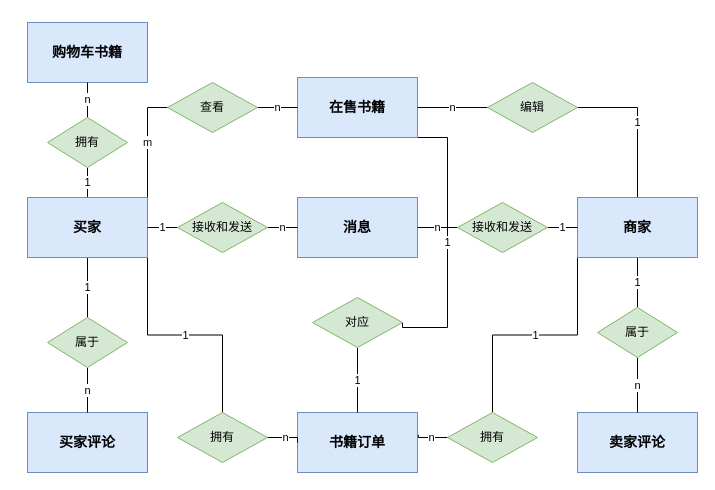
This is ER图.drawio from Nala-YN/DatabaseWebApp, a draw.io file, before an edit. Source tidied: cells renumbered, new cells numbered last; positions are measured from the earlier drawing's top-left corner, leaving out a move shared by most shapes. Both pictures are drawn from the tidied source at 100%, with x=0, y=0 at pixel (27, 22).
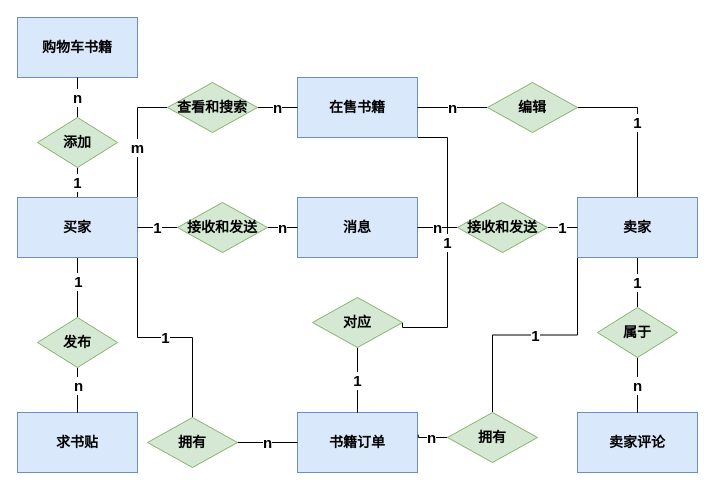
After the change.

The change refers to these unchanged cells:
```xml
<mxCell id="12" value="&lt;font style=&quot;font-size: 14px;&quot;&gt;&lt;b&gt;在售书籍&lt;/b&gt;&lt;/font&gt;" style="rounded=0;whiteSpace=wrap;html=1;fillColor=#dae8fc;strokeColor=#6c8ebf;" parent="1" vertex="1">
  <mxGeometry x="270" y="55" width="120" height="60" as="geometry" />
</mxCell>
<mxCell id="13" value="&lt;font style=&quot;font-size: 14px;&quot;&gt;&lt;b&gt;消息&lt;/b&gt;&lt;/font&gt;" style="rounded=0;whiteSpace=wrap;html=1;fillColor=#dae8fc;strokeColor=#6c8ebf;" parent="1" vertex="1">
  <mxGeometry x="270" y="175" width="120" height="60" as="geometry" />
</mxCell>
<mxCell id="15" value="&lt;font style=&quot;font-size: 14px;&quot;&gt;&lt;b&gt;书籍订单&lt;/b&gt;&lt;/font&gt;" style="rounded=0;whiteSpace=wrap;html=1;fillColor=#dae8fc;strokeColor=#6c8ebf;" parent="1" vertex="1">
  <mxGeometry x="270" y="390" width="120" height="60" as="geometry" />
</mxCell>
<mxCell id="17" value="&lt;font style=&quot;font-size: 14px;&quot;&gt;&lt;b&gt;卖家评论&lt;/b&gt;&lt;/font&gt;" style="rounded=0;whiteSpace=wrap;html=1;fillColor=#dae8fc;strokeColor=#6c8ebf;" parent="1" vertex="1">
  <mxGeometry x="550" y="390" width="120" height="60" as="geometry" />
</mxCell>
```

Diff of the diagram source:
```diff
@@
-    <mxCell id="2" value="1" style="edgeStyle=none;rounded=0;jettySize=auto;html=1;exitX=0.5;exitY=1;exitDx=0;exitDy=0;entryX=0.5;entryY=0;entryDx=0;entryDy=0;endArrow=none;endFill=0;" parent="1" edge="1" source="6" target="19">
-      <mxGeometry relative="1" as="geometry" />
-    </mxCell>
-    <mxCell id="3" value="1" style="edgeStyle=orthogonalEdgeStyle;rounded=0;jettySize=auto;html=1;exitX=1;exitY=1;exitDx=0;exitDy=0;entryX=0.5;entryY=0;entryDx=0;entryDy=0;endArrow=none;endFill=0;" parent="1" edge="1" source="6" target="29">
+    <mxCell id="3" value="1" style="edgeStyle=orthogonalEdgeStyle;rounded=0;jettySize=auto;html=1;exitX=1;exitY=1;exitDx=0;exitDy=0;entryX=0.5;entryY=0;entryDx=0;entryDy=0;endArrow=none;endFill=0;fontSize=15;fontStyle=1;" parent="1" edge="1" source="6" target="29">
       <mxGeometry relative="1" as="geometry" />
     </mxCell>
-    <mxCell id="4" value="1" style="edgeStyle=orthogonalEdgeStyle;rounded=0;jettySize=auto;html=1;exitX=0.5;exitY=0;exitDx=0;exitDy=0;entryX=0.5;entryY=1;entryDx=0;entryDy=0;endArrow=none;endFill=0;" parent="1" edge="1" source="6" target="33">
+    <mxCell id="4" value="1" style="edgeStyle=orthogonalEdgeStyle;rounded=0;jettySize=auto;html=1;exitX=0.5;exitY=0;exitDx=0;exitDy=0;entryX=0.5;entryY=1;entryDx=0;entryDy=0;endArrow=none;endFill=0;fontSize=15;fontStyle=1;" parent="1" edge="1" source="6" target="33">
       <mxGeometry relative="1" as="geometry" />
     </mxCell>
-    <mxCell id="5" value="m" style="edgeStyle=orthogonalEdgeStyle;rounded=0;jettySize=auto;html=1;exitX=1;exitY=0;exitDx=0;exitDy=0;endArrow=none;endFill=0;entryX=0;entryY=0.5;entryDx=0;entryDy=0;" parent="1" edge="1" source="6" target="37">
-      <mxGeometry relative="1" as="geometry" />
+    <mxCell id="5" value="m" style="edgeStyle=orthogonalEdgeStyle;rounded=0;jettySize=auto;html=1;exitX=1;exitY=0;exitDx=0;exitDy=0;endArrow=none;endFill=0;entryX=0;entryY=0.5;entryDx=0;entryDy=0;fontSize=15;fontStyle=1;" parent="1" edge="1" source="6" target="37">
+      <mxGeometry x="-0.17" relative="1" as="geometry" />
     </mxCell>
+    <mxCell id="40" style="edgeStyle=orthogonalEdgeStyle;rounded=0;jettySize=auto;html=1;exitX=0.5;exitY=1;exitDx=0;exitDy=0;entryX=0.5;entryY=0;entryDx=0;entryDy=0;endArrow=none;endFill=0;" parent="1" edge="1" source="6" target="43">
+      <mxGeometry relative="1" as="geometry">
+        <Array as="points">
+          <mxPoint x="50" y="255" />
+          <mxPoint x="50" y="255" />
+        </Array>
+      </mxGeometry>
+    </mxCell>
+    <mxCell id="2" value="1" style="edgeLabel;html=1;align=center;verticalAlign=middle;fontSize=15;fontStyle=1;" parent="40" vertex="1">
+      <mxGeometry x="-0.25" relative="1" as="geometry" />
+    </mxCell>
     <mxCell id="6" value="&lt;font style=&quot;font-size: 14px;&quot;&gt;&lt;b&gt;买家&lt;/b&gt;&lt;/font&gt;" style="rounded=0;whiteSpace=wrap;html=1;fillColor=#dae8fc;strokeColor=#6c8ebf;" parent="1" vertex="1">
-      <mxGeometry y="175" width="120" height="60" as="geometry" />
+      <mxGeometry x="-10" y="175" width="120" height="60" as="geometry" />
     </mxCell>
-    <mxCell id="7" value="1" style="edgeStyle=none;rounded=0;jettySize=auto;html=1;exitX=0.5;exitY=1;exitDx=0;exitDy=0;entryX=0.5;entryY=0;entryDx=0;entryDy=0;endArrow=none;endFill=0;" parent="1" edge="1" source="10" target="21">
+    <mxCell id="7" value="1" style="edgeStyle=none;rounded=0;jettySize=auto;html=1;exitX=0.5;exitY=1;exitDx=0;exitDy=0;entryX=0.5;entryY=0;entryDx=0;entryDy=0;endArrow=none;endFill=0;fontSize=15;fontStyle=1;" parent="1" edge="1" source="10" target="21">
       <mxGeometry relative="1" as="geometry" />
     </mxCell>
-    <mxCell id="8" value="1" style="edgeStyle=orthogonalEdgeStyle;rounded=0;jettySize=auto;html=1;exitX=0;exitY=1;exitDx=0;exitDy=0;entryX=0.5;entryY=0;entryDx=0;entryDy=0;endArrow=none;endFill=0;" parent="1" edge="1" source="10" target="31">
+    <mxCell id="8" value="1" style="edgeStyle=orthogonalEdgeStyle;rounded=0;jettySize=auto;html=1;exitX=0;exitY=1;exitDx=0;exitDy=0;entryX=0.5;entryY=0;entryDx=0;entryDy=0;endArrow=none;endFill=0;fontSize=15;fontStyle=1;" parent="1" edge="1" source="10" target="31">
       <mxGeometry relative="1" as="geometry" />
     </mxCell>
-    <mxCell id="9" value="1" style="edgeStyle=orthogonalEdgeStyle;rounded=0;jettySize=auto;html=1;exitX=0.5;exitY=0;exitDx=0;exitDy=0;entryX=1;entryY=0.5;entryDx=0;entryDy=0;endArrow=none;endFill=0;" parent="1" edge="1" source="10" target="35">
+    <mxCell id="9" value="1" style="edgeStyle=orthogonalEdgeStyle;rounded=0;jettySize=auto;html=1;exitX=0.5;exitY=0;exitDx=0;exitDy=0;entryX=1;entryY=0.5;entryDx=0;entryDy=0;endArrow=none;endFill=0;fontSize=15;fontStyle=1;" parent="1" edge="1" source="10" target="35">
       <mxGeometry relative="1" as="geometry" />
     </mxCell>
-    <mxCell id="10" value="&lt;font style=&quot;font-size: 14px;&quot;&gt;&lt;b&gt;商家&lt;/b&gt;&lt;/font&gt;" style="rounded=0;whiteSpace=wrap;html=1;fillColor=#dae8fc;strokeColor=#6c8ebf;" parent="1" vertex="1">
+    <mxCell id="10" value="&lt;font style=&quot;font-size: 14px;&quot;&gt;&lt;b&gt;卖家&lt;/b&gt;&lt;/font&gt;" style="rounded=0;whiteSpace=wrap;html=1;fillColor=#dae8fc;strokeColor=#6c8ebf;" parent="1" vertex="1">
       <mxGeometry x="550" y="175" width="120" height="60" as="geometry" />
     </mxCell>
-    <mxCell id="11" value="1" style="edgeStyle=orthogonalEdgeStyle;rounded=0;jettySize=auto;html=1;exitX=1;exitY=1;exitDx=0;exitDy=0;endArrow=none;endFill=0;entryX=1;entryY=0.5;entryDx=0;entryDy=0;" parent="1" edge="1" source="12" target="39">
+    <mxCell id="11" value="1" style="edgeStyle=orthogonalEdgeStyle;rounded=0;jettySize=auto;html=1;exitX=1;exitY=1;exitDx=0;exitDy=0;endArrow=none;endFill=0;entryX=1;entryY=0.5;entryDx=0;entryDy=0;fontSize=15;fontStyle=1;" parent="1" edge="1" source="12" target="39">
       <mxGeometry relative="1" as="geometry">
         <Array as="points">
           <mxPoint x="420" y="115" />
           <mxPoint x="420" y="305" />
           <mxPoint x="375" y="305" />
         </Array>
       </mxGeometry>
     </mxCell>
@@
     <mxCell id="14" value="&lt;b&gt;&lt;font style=&quot;font-size: 14px;&quot;&gt;购物车书籍&lt;/font&gt;&lt;/b&gt;" style="rounded=0;whiteSpace=wrap;html=1;fillColor=#dae8fc;strokeColor=#6c8ebf;" parent="1" vertex="1">
-      <mxGeometry width="120" height="60" as="geometry" />
+      <mxGeometry x="-10" y="-5" width="120" height="60" as="geometry" />
     </mxCell>
@@
-    <mxCell id="16" value="&lt;font style=&quot;font-size: 14px;&quot;&gt;&lt;b&gt;买家评论&lt;/b&gt;&lt;/font&gt;" style="rounded=0;whiteSpace=wrap;html=1;fillColor=#dae8fc;strokeColor=#6c8ebf;" parent="1" vertex="1">
-      <mxGeometry y="390" width="120" height="60" as="geometry" />
-    </mxCell>
@@
-    <mxCell id="18" value="n" style="edgeStyle=none;rounded=0;jettySize=auto;html=1;exitX=0.5;exitY=1;exitDx=0;exitDy=0;entryX=0.5;entryY=0;entryDx=0;entryDy=0;endArrow=none;endFill=0;" parent="1" edge="1" source="19" target="16">
-      <mxGeometry relative="1" as="geometry" />
-    </mxCell>
-    <mxCell id="19" value="属于" style="rhombus;whiteSpace=wrap;html=1;fillColor=#d5e8d4;strokeColor=#82b366;" parent="1" vertex="1">
-      <mxGeometry x="20" y="295" width="80" height="50" as="geometry" />
-    </mxCell>
-    <mxCell id="20" value="n" style="edgeStyle=none;rounded=0;jettySize=auto;html=1;exitX=0.5;exitY=1;exitDx=0;exitDy=0;entryX=0.5;entryY=0;entryDx=0;entryDy=0;endArrow=none;endFill=0;" parent="1" edge="1" source="21" target="17">
+    <mxCell id="20" value="n" style="edgeStyle=none;rounded=0;jettySize=auto;html=1;exitX=0.5;exitY=1;exitDx=0;exitDy=0;entryX=0.5;entryY=0;entryDx=0;entryDy=0;endArrow=none;endFill=0;fontSize=15;fontStyle=1;" parent="1" edge="1" source="21" target="17">
       <mxGeometry relative="1" as="geometry" />
     </mxCell>
-    <mxCell id="21" value="属于" style="rhombus;whiteSpace=wrap;html=1;fillColor=#d5e8d4;strokeColor=#82b366;" parent="1" vertex="1">
+    <mxCell id="21" value="&lt;font style=&quot;font-size: 14px;&quot;&gt;&lt;b&gt;属于&lt;/b&gt;&lt;/font&gt;" style="rhombus;whiteSpace=wrap;html=1;fillColor=#d5e8d4;strokeColor=#82b366;" parent="1" vertex="1">
       <mxGeometry x="570" y="285" width="80" height="50" as="geometry" />
     </mxCell>
-    <mxCell id="22" value="n" style="edgeStyle=none;rounded=0;jettySize=auto;html=1;exitX=1;exitY=0.5;exitDx=0;exitDy=0;entryX=0;entryY=0.5;entryDx=0;entryDy=0;endArrow=none;endFill=0;" parent="1" edge="1" source="24" target="13">
+    <mxCell id="22" value="n" style="edgeStyle=none;rounded=0;jettySize=auto;html=1;exitX=1;exitY=0.5;exitDx=0;exitDy=0;entryX=0;entryY=0.5;entryDx=0;entryDy=0;endArrow=none;endFill=0;fontSize=15;fontStyle=1;" parent="1" edge="1" source="24" target="13">
       <mxGeometry relative="1" as="geometry" />
     </mxCell>
-    <mxCell id="23" value="1" style="edgeStyle=none;rounded=0;jettySize=auto;html=1;exitX=0;exitY=0.5;exitDx=0;exitDy=0;entryX=1;entryY=0.5;entryDx=0;entryDy=0;endArrow=none;endFill=0;" parent="1" edge="1" source="24" target="6">
+    <mxCell id="23" value="1" style="edgeStyle=none;rounded=0;jettySize=auto;html=1;exitX=0;exitY=0.5;exitDx=0;exitDy=0;entryX=1;entryY=0.5;entryDx=0;entryDy=0;endArrow=none;endFill=0;fontSize=15;fontStyle=1;" parent="1" edge="1" source="24" target="6">
       <mxGeometry relative="1" as="geometry" />
     </mxCell>
-    <mxCell id="24" value="接收和发送" style="rhombus;whiteSpace=wrap;html=1;fillColor=#d5e8d4;strokeColor=#82b366;" parent="1" vertex="1">
+    <mxCell id="24" value="&lt;font style=&quot;font-size: 14px;&quot;&gt;&lt;b&gt;接收和发送&lt;/b&gt;&lt;/font&gt;" style="rhombus;whiteSpace=wrap;html=1;fillColor=#d5e8d4;strokeColor=#82b366;" parent="1" vertex="1">
       <mxGeometry x="150" y="180" width="90" height="50" as="geometry" />
     </mxCell>
-    <mxCell id="25" value="1" style="edgeStyle=none;rounded=0;jettySize=auto;html=1;exitX=1;exitY=0.5;exitDx=0;exitDy=0;entryX=0;entryY=0.5;entryDx=0;entryDy=0;endArrow=none;endFill=0;" parent="1" edge="1" source="27" target="10">
+    <mxCell id="25" value="1" style="edgeStyle=none;rounded=0;jettySize=auto;html=1;exitX=1;exitY=0.5;exitDx=0;exitDy=0;entryX=0;entryY=0.5;entryDx=0;entryDy=0;endArrow=none;endFill=0;fontSize=15;fontStyle=1;" parent="1" edge="1" source="27" target="10">
       <mxGeometry relative="1" as="geometry" />
     </mxCell>
-    <mxCell id="26" value="n" style="edgeStyle=none;rounded=0;jettySize=auto;html=1;exitX=0;exitY=0.5;exitDx=0;exitDy=0;entryX=1;entryY=0.5;entryDx=0;entryDy=0;endArrow=none;endFill=0;" parent="1" edge="1" source="27" target="13">
+    <mxCell id="26" value="n" style="edgeStyle=none;rounded=0;jettySize=auto;html=1;exitX=0;exitY=0.5;exitDx=0;exitDy=0;entryX=1;entryY=0.5;entryDx=0;entryDy=0;endArrow=none;endFill=0;fontSize=15;fontStyle=1;" parent="1" edge="1" source="27" target="13">
       <mxGeometry relative="1" as="geometry" />
     </mxCell>
-    <mxCell id="27" value="接收和发送" style="rhombus;whiteSpace=wrap;html=1;fillColor=#d5e8d4;strokeColor=#82b366;" parent="1" vertex="1">
+    <mxCell id="27" value="&lt;font style=&quot;font-size: 14px;&quot;&gt;&lt;b&gt;接收和发送&lt;/b&gt;&lt;/font&gt;" style="rhombus;whiteSpace=wrap;html=1;fillColor=#d5e8d4;strokeColor=#82b366;" parent="1" vertex="1">
       <mxGeometry x="430" y="180" width="90" height="50" as="geometry" />
     </mxCell>
-    <mxCell id="28" value="n" style="edgeStyle=orthogonalEdgeStyle;rounded=0;jettySize=auto;html=1;exitX=1;exitY=0.5;exitDx=0;exitDy=0;entryX=0;entryY=0.5;entryDx=0;entryDy=0;endArrow=none;endFill=0;" parent="1" edge="1" source="29" target="15">
+    <mxCell id="28" value="n" style="edgeStyle=orthogonalEdgeStyle;rounded=0;jettySize=auto;html=1;exitX=1;exitY=0.5;exitDx=0;exitDy=0;entryX=0;entryY=0.5;entryDx=0;entryDy=0;endArrow=none;endFill=0;fontSize=15;fontStyle=1;" parent="1" edge="1" source="29" target="15">
       <mxGeometry relative="1" as="geometry" />
     </mxCell>
-    <mxCell id="29" value="拥有" style="rhombus;whiteSpace=wrap;html=1;fillColor=#d5e8d4;strokeColor=#82b366;" parent="1" vertex="1">
-      <mxGeometry x="150" y="390" width="90" height="50" as="geometry" />
+    <mxCell id="29" value="&lt;font style=&quot;font-size: 14px;&quot;&gt;&lt;b&gt;拥有&lt;/b&gt;&lt;/font&gt;" style="rhombus;whiteSpace=wrap;html=1;fillColor=#d5e8d4;strokeColor=#82b366;" parent="1" vertex="1">
+      <mxGeometry x="120" y="395" width="90" height="50" as="geometry" />
     </mxCell>
-    <mxCell id="30" value="n" style="edgeStyle=orthogonalEdgeStyle;rounded=0;jettySize=auto;html=1;exitX=0;exitY=0.5;exitDx=0;exitDy=0;entryX=1.007;entryY=0.37;entryDx=0;entryDy=0;entryPerimeter=0;endArrow=none;endFill=0;" parent="1" edge="1" source="31" target="15">
+    <mxCell id="30" value="n" style="edgeStyle=orthogonalEdgeStyle;rounded=0;jettySize=auto;html=1;exitX=0;exitY=0.5;exitDx=0;exitDy=0;entryX=1.007;entryY=0.37;entryDx=0;entryDy=0;entryPerimeter=0;endArrow=none;endFill=0;fontSize=15;fontStyle=1;" parent="1" edge="1" source="31" target="15">
       <mxGeometry relative="1" as="geometry" />
     </mxCell>
-    <mxCell id="31" value="拥有" style="rhombus;whiteSpace=wrap;html=1;fillColor=#d5e8d4;strokeColor=#82b366;" parent="1" vertex="1">
+    <mxCell id="31" value="&lt;font style=&quot;font-size: 14px;&quot;&gt;&lt;b&gt;拥有&lt;/b&gt;&lt;/font&gt;" style="rhombus;whiteSpace=wrap;html=1;fillColor=#d5e8d4;strokeColor=#82b366;" parent="1" vertex="1">
       <mxGeometry x="420" y="390" width="90" height="50" as="geometry" />
     </mxCell>
-    <mxCell id="32" value="n" style="edgeStyle=orthogonalEdgeStyle;rounded=0;jettySize=auto;html=1;exitX=0.5;exitY=0;exitDx=0;exitDy=0;entryX=0.5;entryY=1;entryDx=0;entryDy=0;endArrow=none;endFill=0;" parent="1" edge="1" source="33" target="14">
+    <mxCell id="32" value="n" style="edgeStyle=orthogonalEdgeStyle;rounded=0;jettySize=auto;html=1;exitX=0.5;exitY=0;exitDx=0;exitDy=0;entryX=0.5;entryY=1;entryDx=0;entryDy=0;endArrow=none;endFill=0;fontSize=15;fontStyle=1;" parent="1" edge="1" source="33" target="14">
       <mxGeometry relative="1" as="geometry" />
     </mxCell>
-    <mxCell id="33" value="拥有" style="rhombus;whiteSpace=wrap;html=1;fillColor=#d5e8d4;strokeColor=#82b366;" parent="1" vertex="1">
-      <mxGeometry x="20" y="95" width="80" height="50" as="geometry" />
+    <mxCell id="33" value="&lt;font style=&quot;font-size: 14px;&quot;&gt;&lt;b&gt;添加&lt;/b&gt;&lt;/font&gt;" style="rhombus;whiteSpace=wrap;html=1;fillColor=#d5e8d4;strokeColor=#82b366;" parent="1" vertex="1">
+      <mxGeometry x="10" y="95" width="80" height="50" as="geometry" />
     </mxCell>
-    <mxCell id="34" value="n" style="edgeStyle=orthogonalEdgeStyle;rounded=0;jettySize=auto;html=1;exitX=0;exitY=0.5;exitDx=0;exitDy=0;entryX=1;entryY=0.5;entryDx=0;entryDy=0;endArrow=none;endFill=0;" parent="1" edge="1" source="35" target="12">
+    <mxCell id="34" value="n" style="edgeStyle=orthogonalEdgeStyle;rounded=0;jettySize=auto;html=1;exitX=0;exitY=0.5;exitDx=0;exitDy=0;entryX=1;entryY=0.5;entryDx=0;entryDy=0;endArrow=none;endFill=0;fontSize=15;fontStyle=1;" parent="1" edge="1" source="35" target="12">
       <mxGeometry relative="1" as="geometry" />
     </mxCell>
-    <mxCell id="35" value="编辑" style="rhombus;whiteSpace=wrap;html=1;fillColor=#d5e8d4;strokeColor=#82b366;" parent="1" vertex="1">
+    <mxCell id="35" value="&lt;font style=&quot;font-size: 14px;&quot;&gt;&lt;b&gt;编辑&lt;/b&gt;&lt;/font&gt;" style="rhombus;whiteSpace=wrap;html=1;fillColor=#d5e8d4;strokeColor=#82b366;" parent="1" vertex="1">
       <mxGeometry x="460" y="60" width="90" height="50" as="geometry" />
     </mxCell>
-    <mxCell id="36" value="n" style="edgeStyle=orthogonalEdgeStyle;rounded=0;jettySize=auto;html=1;exitX=1;exitY=0.5;exitDx=0;exitDy=0;entryX=0;entryY=0.5;entryDx=0;entryDy=0;endArrow=none;endFill=0;" parent="1" edge="1" source="37" target="12">
+    <mxCell id="36" value="n" style="edgeStyle=orthogonalEdgeStyle;rounded=0;jettySize=auto;html=1;exitX=1;exitY=0.5;exitDx=0;exitDy=0;entryX=0;entryY=0.5;entryDx=0;entryDy=0;endArrow=none;endFill=0;fontSize=15;fontStyle=1;" parent="1" edge="1" source="37" target="12">
       <mxGeometry relative="1" as="geometry" />
     </mxCell>
-    <mxCell id="37" value="查看" style="rhombus;whiteSpace=wrap;html=1;fillColor=#d5e8d4;strokeColor=#82b366;" parent="1" vertex="1">
+    <mxCell id="37" value="&lt;font style=&quot;font-size: 14px;&quot;&gt;&lt;b&gt;查看和搜索&lt;/b&gt;&lt;/font&gt;" style="rhombus;whiteSpace=wrap;html=1;fillColor=#d5e8d4;strokeColor=#82b366;" parent="1" vertex="1">
       <mxGeometry x="140" y="60" width="90" height="50" as="geometry" />
     </mxCell>
-    <mxCell id="38" value="1" style="edgeStyle=orthogonalEdgeStyle;rounded=0;jettySize=auto;html=1;exitX=0.5;exitY=1;exitDx=0;exitDy=0;entryX=0.5;entryY=0;entryDx=0;entryDy=0;endArrow=none;endFill=0;" parent="1" edge="1" source="39" target="15">
+    <mxCell id="38" value="1" style="edgeStyle=orthogonalEdgeStyle;rounded=0;jettySize=auto;html=1;exitX=0.5;exitY=1;exitDx=0;exitDy=0;entryX=0.5;entryY=0;entryDx=0;entryDy=0;endArrow=none;endFill=0;fontSize=15;fontStyle=1;" parent="1" edge="1" source="39" target="15">
       <mxGeometry relative="1" as="geometry" />
     </mxCell>
-    <mxCell id="39" value="对应" style="rhombus;whiteSpace=wrap;html=1;fillColor=#d5e8d4;strokeColor=#82b366;" parent="1" vertex="1">
+    <mxCell id="39" value="&lt;font style=&quot;font-size: 14px;&quot;&gt;&lt;b&gt;对应&lt;/b&gt;&lt;/font&gt;" style="rhombus;whiteSpace=wrap;html=1;fillColor=#d5e8d4;strokeColor=#82b366;" parent="1" vertex="1">
       <mxGeometry x="285" y="275" width="90" height="50" as="geometry" />
     </mxCell>
+    <mxCell id="41" value="&lt;span style=&quot;font-size: 14px;&quot;&gt;&lt;b&gt;求书贴&lt;/b&gt;&lt;/span&gt;" style="rounded=0;whiteSpace=wrap;html=1;fillColor=#dae8fc;strokeColor=#6c8ebf;" parent="1" vertex="1">
+      <mxGeometry x="-10" y="390" width="120" height="60" as="geometry" />
+    </mxCell>
+    <mxCell id="42" style="edgeStyle=orthogonalEdgeStyle;rounded=0;jettySize=auto;html=1;exitX=0.5;exitY=1;exitDx=0;exitDy=0;entryX=0.5;entryY=0;entryDx=0;entryDy=0;fontSize=13;fontStyle=1;endArrow=none;endFill=0;" parent="1" edge="1" source="43" target="41">
+      <mxGeometry relative="1" as="geometry" />
+    </mxCell>
+    <mxCell id="18" value="n" style="edgeLabel;html=1;align=center;verticalAlign=middle;fontSize=15;fontStyle=1;" parent="42" vertex="1">
+      <mxGeometry x="-0.25" y="2" relative="1" as="geometry">
+        <mxPoint x="-2" as="offset" />
+      </mxGeometry>
+    </mxCell>
+    <mxCell id="43" value="&lt;font style=&quot;font-size: 14px;&quot;&gt;&lt;b&gt;发布&lt;/b&gt;&lt;/font&gt;" style="rhombus;whiteSpace=wrap;html=1;fillColor=#d5e8d4;strokeColor=#82b366;" parent="1" vertex="1">
+      <mxGeometry x="10" y="295" width="80" height="50" as="geometry" />
+    </mxCell>
```
